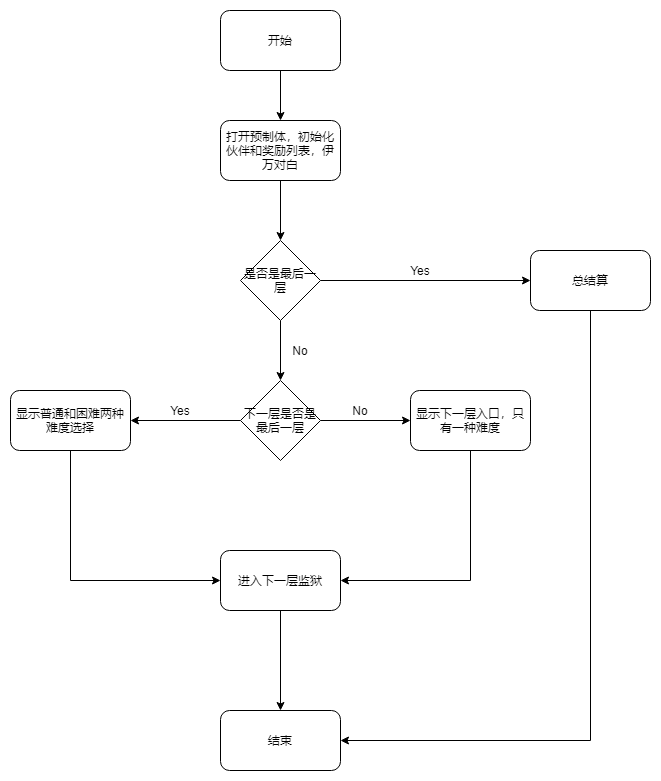
This is ComPleteGame.png from PeterZHQ/StudyRoad, a draw.io export, as it was before one commit. Source tidied: cells renumbered, new cells last; positions are measured from the earlier drawing's top-left corner, leaving out a move shared by most shapes.
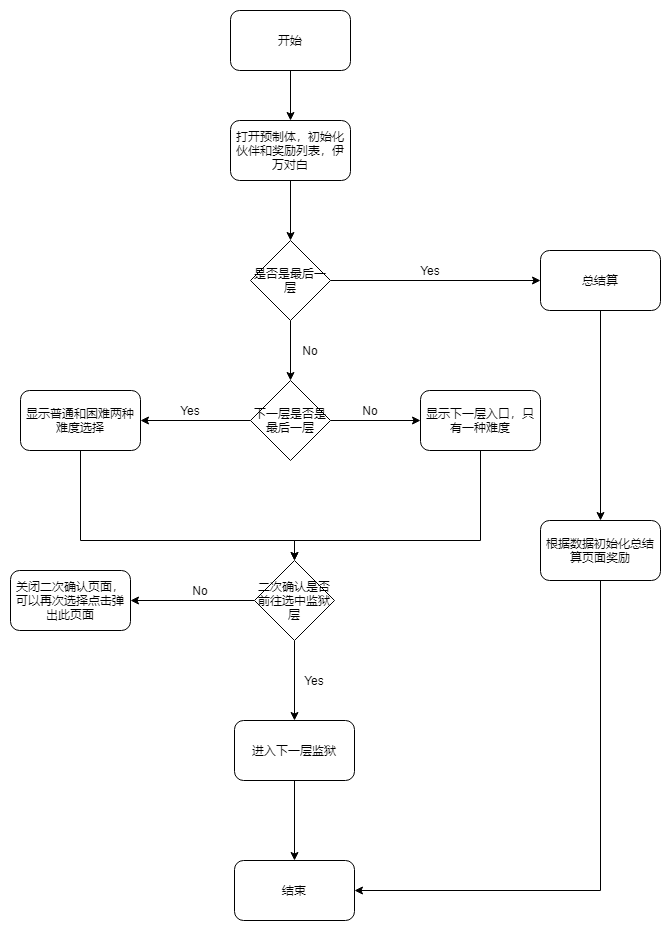
Above is the later version.

The edit, as a diff of the source:
```diff
@@ -23,26 +23,26 @@
     <mxCell id="8" value="是否是最后一层" style="rhombus;whiteSpace=wrap;html=1;" parent="1" vertex="1">
       <mxGeometry x="230" y="230" width="80" height="80" as="geometry" />
     </mxCell>
-    <mxCell id="9" style="edgeStyle=orthogonalEdgeStyle;rounded=0;jettySize=auto;html=1;entryX=0;entryY=0.5;entryDx=0;entryDy=0;" parent="1" edge="1" source="10" target="20">
-      <mxGeometry relative="1" as="geometry">
-        <Array as="points">
-          <mxPoint x="60" y="570" />
-        </Array>
-      </mxGeometry>
-    </mxCell>
+    <mxCell id="25" style="edgeStyle=orthogonalEdgeStyle;rounded=0;jettySize=auto;html=1;entryX=0.5;entryY=0;entryDx=0;entryDy=0;" parent="1" edge="1" source="10" target="30">
+      <mxGeometry relative="1" as="geometry">
+        <Array as="points">
+          <mxPoint x="60" y="530" />
+        </Array>
+      </mxGeometry>
+    </mxCell>
     <mxCell id="10" value="显示普通和困难两种难度选择" style="rounded=1;whiteSpace=wrap;html=1;" parent="1" vertex="1">
       <mxGeometry y="380" width="120" height="60" as="geometry" />
     </mxCell>
     <mxCell id="11" value="Yes" style="text;html=1;strokeColor=none;fillColor=none;align=center;verticalAlign=middle;whiteSpace=wrap;rounded=0;" parent="1" vertex="1">
       <mxGeometry x="150" y="390" width="40" height="20" as="geometry" />
     </mxCell>
-    <mxCell id="12" style="edgeStyle=orthogonalEdgeStyle;rounded=0;jettySize=auto;html=1;entryX=1;entryY=0.5;entryDx=0;entryDy=0;" parent="1" edge="1" source="13" target="20">
-      <mxGeometry relative="1" as="geometry">
-        <Array as="points">
-          <mxPoint x="460" y="570" />
-        </Array>
-      </mxGeometry>
-    </mxCell>
+    <mxCell id="26" style="edgeStyle=orthogonalEdgeStyle;rounded=0;jettySize=auto;html=1;entryX=0.5;entryY=0;entryDx=0;entryDy=0;" parent="1" edge="1" source="13" target="30">
+      <mxGeometry relative="1" as="geometry">
+        <Array as="points">
+          <mxPoint x="460" y="530" />
+        </Array>
+      </mxGeometry>
+    </mxCell>
     <mxCell id="13" value="显示下一层入口，只有一种难度" style="rounded=1;whiteSpace=wrap;html=1;" parent="1" vertex="1">
       <mxGeometry x="400" y="380" width="120" height="60" as="geometry" />
     </mxCell>
@@ -65,23 +65,47 @@
       <mxGeometry relative="1" as="geometry" />
     </mxCell>
     <mxCell id="20" value="进入下一层监狱" style="rounded=1;whiteSpace=wrap;html=1;" parent="1" vertex="1">
-      <mxGeometry x="210" y="540" width="120" height="60" as="geometry" />
+      <mxGeometry x="214" y="710" width="120" height="60" as="geometry" />
     </mxCell>
     <mxCell id="21" value="Yes" style="text;html=1;strokeColor=none;fillColor=none;align=center;verticalAlign=middle;whiteSpace=wrap;rounded=0;" parent="1" vertex="1">
       <mxGeometry x="390" y="250" width="40" height="20" as="geometry" />
     </mxCell>
     <mxCell id="22" value="结束" style="rounded=1;whiteSpace=wrap;html=1;" parent="1" vertex="1">
-      <mxGeometry x="210" y="700" width="120" height="60" as="geometry" />
+      <mxGeometry x="214" y="850" width="120" height="60" as="geometry" />
     </mxCell>
-    <mxCell id="23" style="edgeStyle=orthogonalEdgeStyle;rounded=0;jettySize=auto;html=1;entryX=1;entryY=0.5;entryDx=0;entryDy=0;" parent="1" edge="1" source="24" target="22">
-      <mxGeometry relative="1" as="geometry">
-        <Array as="points">
-          <mxPoint x="580" y="730" />
-        </Array>
-      </mxGeometry>
-    </mxCell>
+    <mxCell id="27" style="edgeStyle=orthogonalEdgeStyle;rounded=0;jettySize=auto;html=1;" parent="1" edge="1" source="24" target="35">
+      <mxGeometry relative="1" as="geometry" />
+    </mxCell>
     <mxCell id="24" value="总结算" style="rounded=1;whiteSpace=wrap;html=1;" parent="1" vertex="1">
       <mxGeometry x="520" y="240" width="120" height="60" as="geometry" />
     </mxCell>
+    <mxCell id="28" style="edgeStyle=orthogonalEdgeStyle;rounded=0;jettySize=auto;html=1;" parent="1" edge="1" source="30" target="20">
+      <mxGeometry relative="1" as="geometry" />
+    </mxCell>
+    <mxCell id="29" style="edgeStyle=orthogonalEdgeStyle;rounded=0;jettySize=auto;html=1;entryX=1;entryY=0.5;entryDx=0;entryDy=0;" parent="1" edge="1" source="30" target="32">
+      <mxGeometry relative="1" as="geometry" />
+    </mxCell>
+    <mxCell id="30" value="二次确认是否前往选中监狱层" style="rhombus;whiteSpace=wrap;html=1;" parent="1" vertex="1">
+      <mxGeometry x="234" y="550" width="80" height="80" as="geometry" />
+    </mxCell>
+    <mxCell id="31" value="Yes" style="text;html=1;strokeColor=none;fillColor=none;align=center;verticalAlign=middle;whiteSpace=wrap;rounded=0;" parent="1" vertex="1">
+      <mxGeometry x="274" y="660" width="40" height="20" as="geometry" />
+    </mxCell>
+    <mxCell id="32" value="关闭二次确认页面，可以再次选择点击弹出此页面" style="rounded=1;whiteSpace=wrap;html=1;" parent="1" vertex="1">
+      <mxGeometry x="-10" y="560" width="120" height="60" as="geometry" />
+    </mxCell>
+    <mxCell id="33" value="No" style="text;html=1;strokeColor=none;fillColor=none;align=center;verticalAlign=middle;whiteSpace=wrap;rounded=0;" parent="1" vertex="1">
+      <mxGeometry x="160" y="570" width="40" height="20" as="geometry" />
+    </mxCell>
+    <mxCell id="34" style="edgeStyle=orthogonalEdgeStyle;rounded=0;jettySize=auto;html=1;entryX=1;entryY=0.5;entryDx=0;entryDy=0;" parent="1" edge="1" source="35" target="22">
+      <mxGeometry relative="1" as="geometry">
+        <Array as="points">
+          <mxPoint x="580" y="880" />
+        </Array>
+      </mxGeometry>
+    </mxCell>
+    <mxCell id="35" value="根据数据初始化总结算页面奖励" style="rounded=1;whiteSpace=wrap;html=1;" parent="1" vertex="1">
+      <mxGeometry x="520" y="510" width="120" height="60" as="geometry" />
+    </mxCell>
   </root>
 </mxGraphModel>
```
